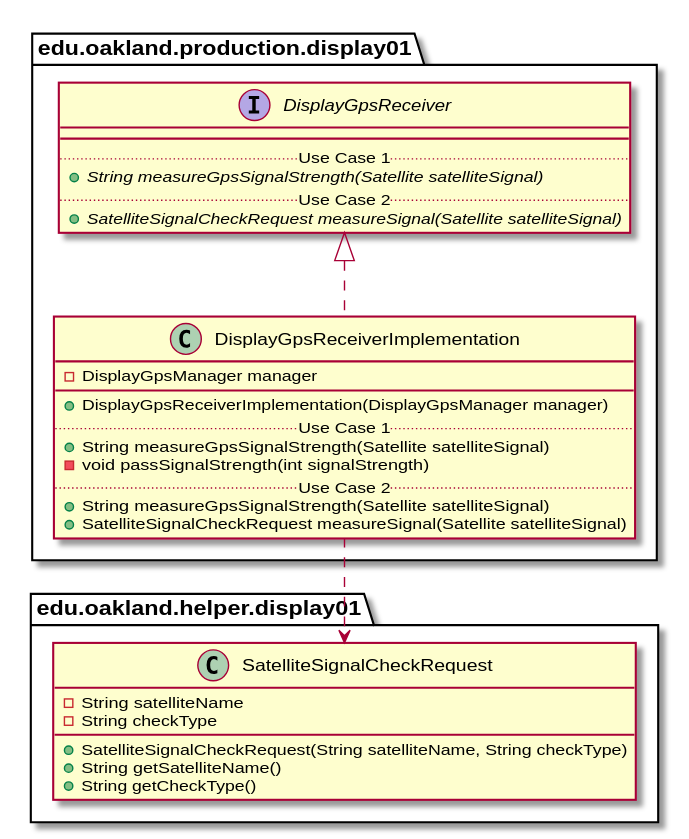
The PlantUML diagram docs/uml-class-diagrams/display01/production/DisplayGpsReceiverImplementation/DisplayGpsReceiverImplementation_Closure.svg in andrewdimmer/csi-3370-software-project, before a commit. Source of this version:
```plantuml
@startuml DisplayGpsReceiverImplementation_Closure


package edu.oakland.production.display01 {
    class DisplayGpsReceiverImplementation {
        - DisplayGpsManager manager
        __
        + DisplayGpsReceiverImplementation(DisplayGpsManager manager)
        .. Use Case 1 ..
        + String measureGpsSignalStrength(Satellite satelliteSignal)
        - void passSignalStrength(int signalStrength)
        .. Use Case 2 ..
        + String measureGpsSignalStrength(Satellite satelliteSignal)
        + SatelliteSignalCheckRequest measureSignal(Satellite satelliteSignal)
    }
}




package edu.oakland.production.display01 {
    interface DisplayGpsReceiver {
        __
        .. Use Case 1 ..
        {abstract} + String measureGpsSignalStrength(Satellite satelliteSignal)
        .. Use Case 2 ..
        {abstract} + SatelliteSignalCheckRequest measureSignal(Satellite satelliteSignal)
    }
}






DisplayGpsReceiverImplementation .up.|> DisplayGpsReceiver



package edu.oakland.helper.display01 {
    class SatelliteSignalCheckRequest {
        - String satelliteName
        - String checkType
        + SatelliteSignalCheckRequest(String satelliteName, String checkType)
        + String getSatelliteName()
        + String getCheckType()
    }
}






DisplayGpsReceiverImplementation ..> SatelliteSignalCheckRequest



@enduml
```
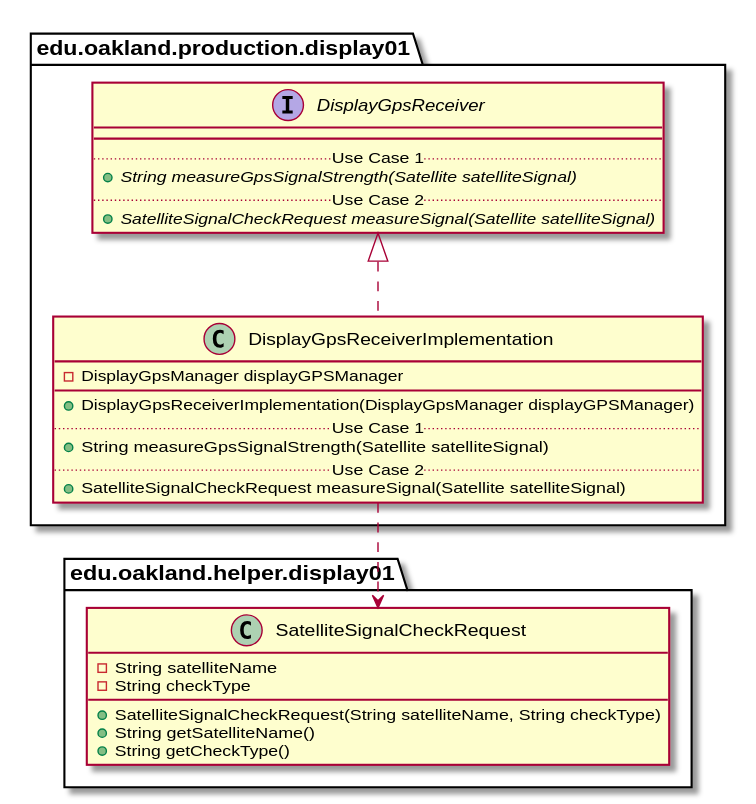
After the commit.

What changed in the source:
```diff
@@ -3,14 +3,12 @@
 
 package edu.oakland.production.display01 {
     class DisplayGpsReceiverImplementation {
-        - DisplayGpsManager manager
+        - DisplayGpsManager displayGPSManager
         __
-        + DisplayGpsReceiverImplementation(DisplayGpsManager manager)
+        + DisplayGpsReceiverImplementation(DisplayGpsManager displayGPSManager)
         .. Use Case 1 ..
         + String measureGpsSignalStrength(Satellite satelliteSignal)
-        - void passSignalStrength(int signalStrength)
         .. Use Case 2 ..
-        + String measureGpsSignalStrength(Satellite satelliteSignal)
         + SatelliteSignalCheckRequest measureSignal(Satellite satelliteSignal)
     }
 }
```
